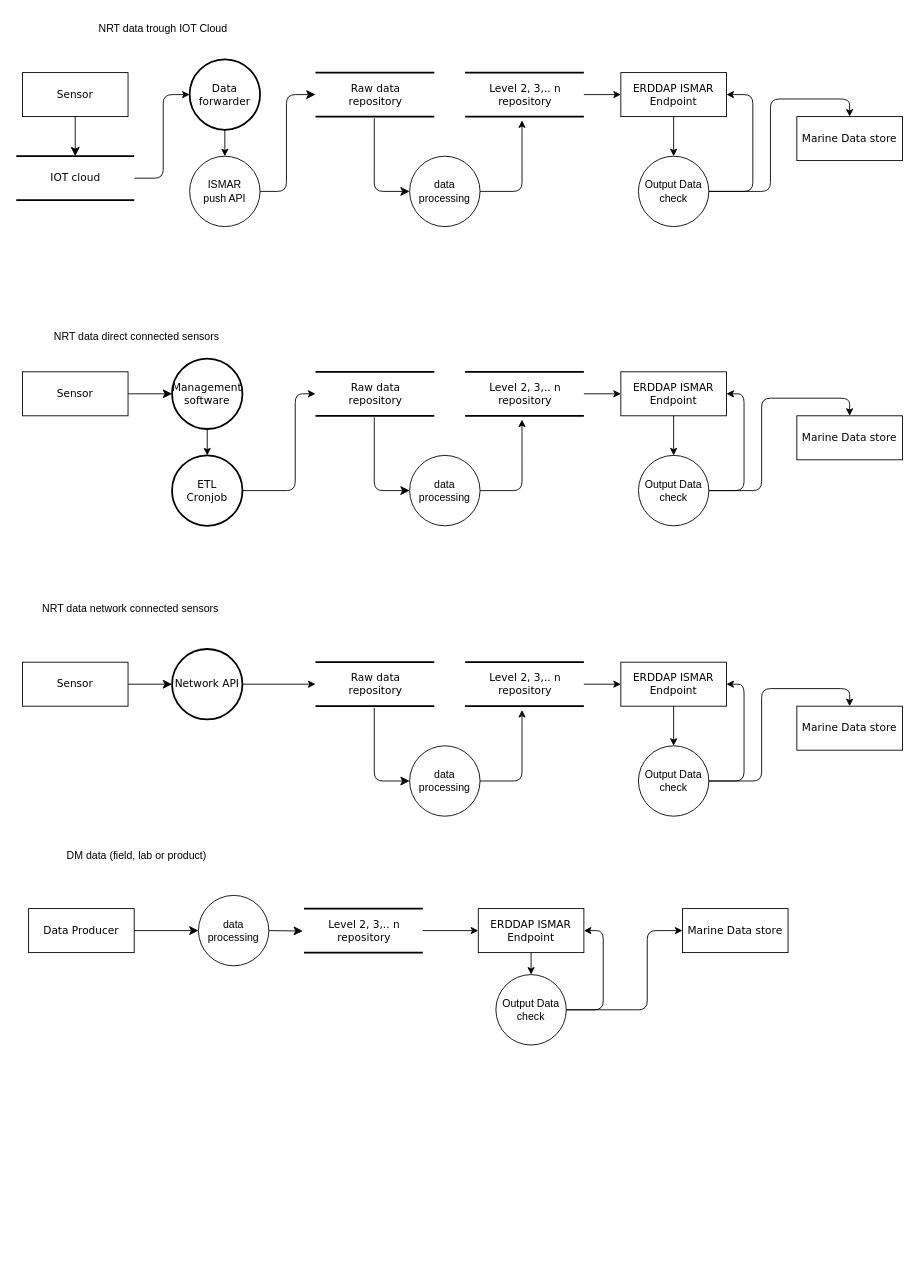
Earlier version of the draw.io diagram danubius_dataflow.drawio (amefad/diagramsnet). Source tidied: cells renumbered, new cells numbered last; positions are measured from the earlier drawing's top-left corner, leaving out a move shared by most shapes. Both pictures are drawn from the tidied source at 88%, with x=0, y=0 at pixel (16, 15).
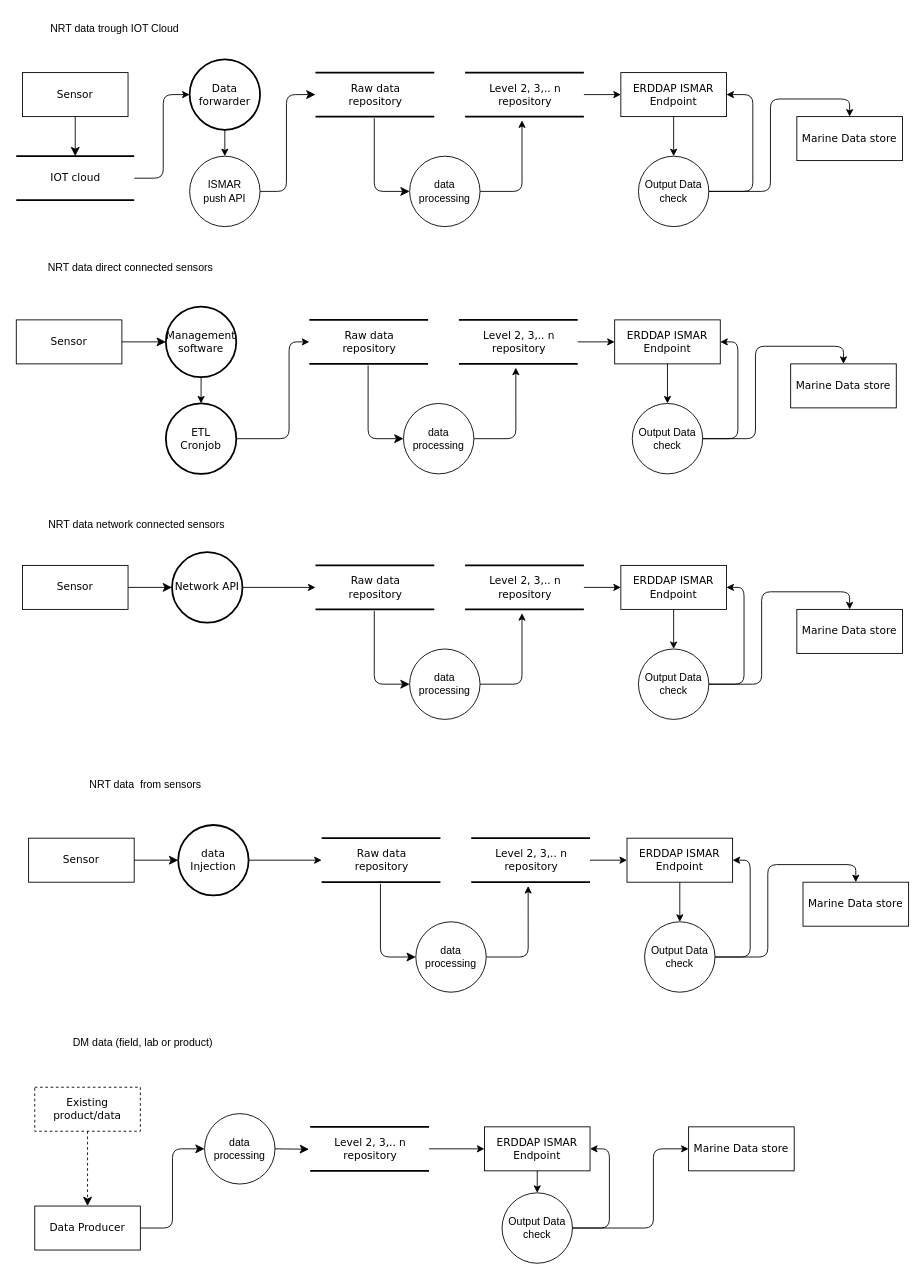
After the change.

Change to the diagram source:
```diff
@@
-    <mxCell id="15" value="NRT data trough IOT Cloud " style="text;html=1;align=center;verticalAlign=middle;whiteSpace=wrap;rounded=0;" parent="1" vertex="1">
+    <mxCell id="15" value="NRT data trough IOT Cloud " style="text;html=1;align=left;verticalAlign=middle;whiteSpace=wrap;rounded=0;" parent="1" vertex="1">
       <mxGeometry x="37" width="260" height="30" as="geometry" />
     </mxCell>
     <mxCell id="16" value="&lt;div&gt;NRT data direct connected sensors&lt;/div&gt;" style="text;html=1;align=center;verticalAlign=middle;whiteSpace=wrap;rounded=0;" parent="1" vertex="1">
-      <mxGeometry x="7" y="350" width="260" height="30" as="geometry" />
+      <mxGeometry y="272" width="260" height="30" as="geometry" />
     </mxCell>
     <mxCell id="17" value="&lt;div&gt;NRT data network connected sensors&lt;/div&gt;" style="text;html=1;align=center;verticalAlign=middle;whiteSpace=wrap;rounded=0;" parent="1" vertex="1">
-      <mxGeometry y="660" width="260" height="30" as="geometry" />
+      <mxGeometry x="7" y="564" width="260" height="30" as="geometry" />
     </mxCell>
@@
     <mxCell id="25" value="Raw data&lt;br&gt;repository" style="html=1;rounded=0;shadow=0;comic=0;labelBackgroundColor=none;strokeWidth=2;fontFamily=Verdana;fontSize=12;align=center;shape=mxgraph.ios7ui.horLines;" parent="1" vertex="1">
-      <mxGeometry x="340" y="405" width="135" height="50" as="geometry" />
+      <mxGeometry x="333" y="346" width="135" height="50" as="geometry" />
     </mxCell>
@@
     <mxCell id="27" value="Sensor" style="whiteSpace=wrap;html=1;rounded=0;shadow=0;comic=0;labelBackgroundColor=none;strokeWidth=1;fontFamily=Verdana;fontSize=12;align=center;" parent="1" vertex="1">
-      <mxGeometry x="7" y="405" width="120" height="50" as="geometry" />
+      <mxGeometry y="346" width="120" height="50" as="geometry" />
     </mxCell>
     <mxCell id="28" value="Level 2, 3,.. n&lt;br&gt;repository" style="html=1;rounded=0;shadow=0;comic=0;labelBackgroundColor=none;strokeWidth=2;fontFamily=Verdana;fontSize=12;align=center;shape=mxgraph.ios7ui.horLines;" parent="1" vertex="1">
-      <mxGeometry x="510" y="405" width="135" height="50" as="geometry" />
+      <mxGeometry x="503" y="346" width="135" height="50" as="geometry" />
     </mxCell>
     <mxCell id="29" value="Management software" style="ellipse;whiteSpace=wrap;html=1;fontFamily=Verdana;rounded=0;shadow=0;comic=0;labelBackgroundColor=none;strokeWidth=2;" parent="1" vertex="1">
-      <mxGeometry x="177" y="390" width="80" height="80" as="geometry" />
+      <mxGeometry x="170" y="331" width="80" height="80" as="geometry" />
     </mxCell>
     <mxCell id="30" style="edgeStyle=orthogonalEdgeStyle;rounded=1;jettySize=auto;html=1;curved=0;exitX=1;exitY=0.5;exitDx=0;exitDy=0;" parent="1" edge="1" source="41" target="25">
       <mxGeometry relative="1" as="geometry">
         <Array as="points">
-          <mxPoint x="317" y="540" />
-          <mxPoint x="317" y="430" />
+          <mxPoint x="310" y="481" />
+          <mxPoint x="310" y="371" />
         </Array>
       </mxGeometry>
     </mxCell>
@@
     <mxCell id="33" value="data processing" style="ellipse;whiteSpace=wrap;html=1;" parent="1" vertex="1">
-      <mxGeometry x="447" y="500" width="80" height="80" as="geometry" />
+      <mxGeometry x="440" y="441" width="80" height="80" as="geometry" />
     </mxCell>
     <mxCell id="34" value="&lt;div&gt;ERDDAP ISMAR Endpoint&lt;/div&gt;" style="whiteSpace=wrap;html=1;rounded=0;shadow=0;comic=0;labelBackgroundColor=none;strokeWidth=1;fontFamily=Verdana;fontSize=12;align=center;" parent="1" vertex="1">
-      <mxGeometry x="687" y="405" width="120" height="50" as="geometry" />
+      <mxGeometry x="680" y="346" width="120" height="50" as="geometry" />
     </mxCell>
@@
     <mxCell id="37" value="Output Data check" style="ellipse;whiteSpace=wrap;html=1;flipV=0;" parent="1" vertex="1">
-      <mxGeometry x="707" y="500" width="80" height="80" as="geometry" />
+      <mxGeometry x="700" y="441" width="80" height="80" as="geometry" />
     </mxCell>
     <mxCell id="38" style="edgeStyle=orthogonalEdgeStyle;rounded=1;jettySize=auto;html=1;curved=0;exitX=1;exitY=0.5;exitDx=0;exitDy=0;entryX=1;entryY=0.5;entryDx=0;entryDy=0;" parent="1" edge="1" source="37" target="34">
       <mxGeometry relative="1" as="geometry">
         <Array as="points">
-          <mxPoint x="827" y="540" />
-          <mxPoint x="827" y="430" />
+          <mxPoint x="820" y="481" />
+          <mxPoint x="820" y="371" />
         </Array>
       </mxGeometry>
     </mxCell>
     <mxCell id="39" style="edgeStyle=orthogonalEdgeStyle;rounded=1;jettySize=auto;html=1;curved=0;exitX=1;exitY=0.5;exitDx=0;exitDy=0;entryX=0.5;entryY=0;entryDx=0;entryDy=0;" parent="1" edge="1" source="37" target="40">
       <mxGeometry relative="1" as="geometry">
         <Array as="points">
-          <mxPoint x="847" y="540" />
-          <mxPoint x="847" y="435" />
-          <mxPoint x="947" y="435" />
+          <mxPoint x="840" y="481" />
+          <mxPoint x="840" y="376" />
+          <mxPoint x="940" y="376" />
         </Array>
       </mxGeometry>
     </mxCell>
     <mxCell id="40" value="&lt;div&gt;Marine Data store&lt;/div&gt;" style="whiteSpace=wrap;html=1;rounded=0;shadow=0;comic=0;labelBackgroundColor=none;strokeWidth=1;fontFamily=Verdana;fontSize=12;align=center;flipV=0;" parent="1" vertex="1">
-      <mxGeometry x="887" y="455" width="120" height="50" as="geometry" />
+      <mxGeometry x="880" y="396" width="120" height="50" as="geometry" />
     </mxCell>
     <mxCell id="41" value="ETL&lt;br&gt; Cronjob" style="ellipse;whiteSpace=wrap;html=1;fontFamily=Verdana;rounded=0;shadow=0;comic=0;labelBackgroundColor=none;strokeWidth=2;" parent="1" vertex="1">
-      <mxGeometry x="177" y="500" width="80" height="80" as="geometry" />
+      <mxGeometry x="170" y="441" width="80" height="80" as="geometry" />
     </mxCell>
@@
     <mxCell id="43" value="Raw data&lt;br&gt;repository" style="html=1;rounded=0;shadow=0;comic=0;labelBackgroundColor=none;strokeWidth=2;fontFamily=Verdana;fontSize=12;align=center;shape=mxgraph.ios7ui.horLines;" parent="1" vertex="1">
-      <mxGeometry x="340" y="735" width="135" height="50" as="geometry" />
+      <mxGeometry x="340" y="625" width="135" height="50" as="geometry" />
     </mxCell>
@@
     <mxCell id="45" value="Sensor" style="whiteSpace=wrap;html=1;rounded=0;shadow=0;comic=0;labelBackgroundColor=none;strokeWidth=1;fontFamily=Verdana;fontSize=12;align=center;" parent="1" vertex="1">
-      <mxGeometry x="7" y="735" width="120" height="50" as="geometry" />
+      <mxGeometry x="7" y="625" width="120" height="50" as="geometry" />
     </mxCell>
     <mxCell id="46" value="Level 2, 3,.. n&lt;br&gt;repository" style="html=1;rounded=0;shadow=0;comic=0;labelBackgroundColor=none;strokeWidth=2;fontFamily=Verdana;fontSize=12;align=center;shape=mxgraph.ios7ui.horLines;" parent="1" vertex="1">
-      <mxGeometry x="510" y="735" width="135" height="50" as="geometry" />
+      <mxGeometry x="510" y="625" width="135" height="50" as="geometry" />
     </mxCell>
     <mxCell id="47" value="Network API" style="ellipse;whiteSpace=wrap;html=1;fontFamily=Verdana;rounded=0;shadow=0;comic=0;labelBackgroundColor=none;strokeWidth=2;" parent="1" vertex="1">
-      <mxGeometry x="177" y="720" width="80" height="80" as="geometry" />
+      <mxGeometry x="177" y="610" width="80" height="80" as="geometry" />
     </mxCell>
@@
     <mxCell id="51" value="data processing" style="ellipse;whiteSpace=wrap;html=1;" parent="1" vertex="1">
-      <mxGeometry x="447" y="830" width="80" height="80" as="geometry" />
+      <mxGeometry x="447" y="720" width="80" height="80" as="geometry" />
     </mxCell>
     <mxCell id="52" value="&lt;div&gt;ERDDAP ISMAR Endpoint&lt;/div&gt;" style="whiteSpace=wrap;html=1;rounded=0;shadow=0;comic=0;labelBackgroundColor=none;strokeWidth=1;fontFamily=Verdana;fontSize=12;align=center;" parent="1" vertex="1">
-      <mxGeometry x="687" y="735" width="120" height="50" as="geometry" />
+      <mxGeometry x="687" y="625" width="120" height="50" as="geometry" />
     </mxCell>
@@
     <mxCell id="55" value="Output Data check" style="ellipse;whiteSpace=wrap;html=1;flipV=0;" parent="1" vertex="1">
-      <mxGeometry x="707" y="830" width="80" height="80" as="geometry" />
+      <mxGeometry x="707" y="720" width="80" height="80" as="geometry" />
     </mxCell>
     <mxCell id="56" style="edgeStyle=orthogonalEdgeStyle;rounded=1;jettySize=auto;html=1;curved=0;exitX=1;exitY=0.5;exitDx=0;exitDy=0;entryX=1;entryY=0.5;entryDx=0;entryDy=0;" parent="1" edge="1" source="55" target="52">
       <mxGeometry relative="1" as="geometry">
         <Array as="points">
-          <mxPoint x="827" y="870" />
           <mxPoint x="827" y="760" />
+          <mxPoint x="827" y="650" />
         </Array>
       </mxGeometry>
     </mxCell>
     <mxCell id="57" style="edgeStyle=orthogonalEdgeStyle;rounded=1;jettySize=auto;html=1;curved=0;exitX=1;exitY=0.5;exitDx=0;exitDy=0;entryX=0.5;entryY=0;entryDx=0;entryDy=0;" parent="1" edge="1" source="55" target="58">
       <mxGeometry relative="1" as="geometry">
         <Array as="points">
-          <mxPoint x="847" y="870" />
-          <mxPoint x="847" y="765" />
-          <mxPoint x="947" y="765" />
+          <mxPoint x="847" y="760" />
+          <mxPoint x="847" y="655" />
+          <mxPoint x="947" y="655" />
         </Array>
       </mxGeometry>
     </mxCell>
     <mxCell id="58" value="&lt;div&gt;Marine Data store&lt;/div&gt;" style="whiteSpace=wrap;html=1;rounded=0;shadow=0;comic=0;labelBackgroundColor=none;strokeWidth=1;fontFamily=Verdana;fontSize=12;align=center;flipV=0;" parent="1" vertex="1">
-      <mxGeometry x="887" y="785" width="120" height="50" as="geometry" />
+      <mxGeometry x="887" y="675" width="120" height="50" as="geometry" />
     </mxCell>
     <mxCell id="59" value="&lt;div&gt;DM data (field, lab or product)&lt;/div&gt;" style="text;html=1;align=center;verticalAlign=middle;whiteSpace=wrap;rounded=0;" parent="1" vertex="1">
-      <mxGeometry x="7" y="940" width="260" height="30" as="geometry" />
+      <mxGeometry x="14" y="1153" width="260" height="30" as="geometry" />
     </mxCell>
-    <mxCell id="60" style="edgeStyle=none;html=1;labelBackgroundColor=none;startFill=0;startSize=8;endFill=1;endSize=8;fontFamily=Verdana;fontSize=12;entryX=0;entryY=0.5;entryDx=0;entryDy=0;" parent="1" edge="1" source="61" target="70">
+    <mxCell id="60" style="edgeStyle=orthogonalEdgeStyle;html=1;labelBackgroundColor=none;startFill=0;startSize=8;endFill=1;endSize=8;fontFamily=Verdana;fontSize=12;entryX=0;entryY=0.5;entryDx=0;entryDy=0;" parent="1" edge="1" source="61" target="70">
       <mxGeometry relative="1" as="geometry" />
     </mxCell>
     <mxCell id="61" value="Data Producer" style="whiteSpace=wrap;html=1;rounded=0;shadow=0;comic=0;labelBackgroundColor=none;strokeWidth=1;fontFamily=Verdana;fontSize=12;align=center;" parent="1" vertex="1">
-      <mxGeometry x="14" y="1015" width="120" height="50" as="geometry" />
+      <mxGeometry x="21" y="1353" width="120" height="50" as="geometry" />
     </mxCell>
     <mxCell id="62" value="Level 2, 3,.. n&lt;br&gt;repository" style="html=1;rounded=0;shadow=0;comic=0;labelBackgroundColor=none;strokeWidth=2;fontFamily=Verdana;fontSize=12;align=center;shape=mxgraph.ios7ui.horLines;" parent="1" vertex="1">
-      <mxGeometry x="327" y="1015" width="135" height="50" as="geometry" />
+      <mxGeometry x="334" y="1263" width="135" height="50" as="geometry" />
     </mxCell>
     <mxCell id="63" value="&lt;div&gt;ERDDAP ISMAR Endpoint&lt;/div&gt;" style="whiteSpace=wrap;html=1;rounded=0;shadow=0;comic=0;labelBackgroundColor=none;strokeWidth=1;fontFamily=Verdana;fontSize=12;align=center;" parent="1" vertex="1">
-      <mxGeometry x="525" y="1015" width="120" height="50" as="geometry" />
+      <mxGeometry x="532" y="1263" width="120" height="50" as="geometry" />
     </mxCell>
@@
     <mxCell id="66" value="Output Data check" style="ellipse;whiteSpace=wrap;html=1;flipV=0;" parent="1" vertex="1">
-      <mxGeometry x="545" y="1090" width="80" height="80" as="geometry" />
+      <mxGeometry x="552" y="1338" width="80" height="80" as="geometry" />
     </mxCell>
     <mxCell id="67" style="edgeStyle=orthogonalEdgeStyle;rounded=1;jettySize=auto;html=1;curved=0;exitX=1;exitY=0.5;exitDx=0;exitDy=0;entryX=1;entryY=0.5;entryDx=0;entryDy=0;" parent="1" edge="1" source="66" target="63">
       <mxGeometry relative="1" as="geometry">
         <Array as="points">
-          <mxPoint x="667" y="1130" />
-          <mxPoint x="667" y="1040" />
+          <mxPoint x="674" y="1378" />
+          <mxPoint x="674" y="1288" />
         </Array>
       </mxGeometry>
     </mxCell>
     <mxCell id="68" style="edgeStyle=orthogonalEdgeStyle;rounded=1;jettySize=auto;html=1;curved=0;exitX=1;exitY=0.5;exitDx=0;exitDy=0;entryX=0;entryY=0.5;entryDx=0;entryDy=0;" parent="1" edge="1" source="66" target="69">
       <mxGeometry relative="1" as="geometry">
         <Array as="points">
-          <mxPoint x="717" y="1130" />
-          <mxPoint x="717" y="1040" />
+          <mxPoint x="724" y="1378" />
+          <mxPoint x="724" y="1288" />
         </Array>
       </mxGeometry>
     </mxCell>
     <mxCell id="69" value="&lt;div&gt;Marine Data store&lt;/div&gt;" style="whiteSpace=wrap;html=1;rounded=0;shadow=0;comic=0;labelBackgroundColor=none;strokeWidth=1;fontFamily=Verdana;fontSize=12;align=center;flipV=0;" parent="1" vertex="1">
-      <mxGeometry x="757" y="1015" width="120" height="50" as="geometry" />
+      <mxGeometry x="764" y="1263" width="120" height="50" as="geometry" />
     </mxCell>
     <mxCell id="70" value="data processing" style="ellipse;whiteSpace=wrap;html=1;" parent="1" vertex="1">
-      <mxGeometry x="207" y="1000" width="80" height="80" as="geometry" />
+      <mxGeometry x="214" y="1248" width="80" height="80" as="geometry" />
     </mxCell>
@@
+    <mxCell id="72" value="&lt;div&gt;NRT data&amp;nbsp; from sensors&lt;/div&gt;" style="text;html=1;align=center;verticalAlign=middle;whiteSpace=wrap;rounded=0;" parent="1" vertex="1">
+      <mxGeometry x="17" y="860" width="260" height="30" as="geometry" />
+    </mxCell>
+    <mxCell id="73" value="Raw data&lt;br&gt;repository" style="html=1;rounded=0;shadow=0;comic=0;labelBackgroundColor=none;strokeWidth=2;fontFamily=Verdana;fontSize=12;align=center;shape=mxgraph.ios7ui.horLines;" parent="1" vertex="1">
+      <mxGeometry x="347" y="935" width="135" height="50" as="geometry" />
+    </mxCell>
+    <mxCell id="74" style="edgeStyle=none;html=1;labelBackgroundColor=none;startFill=0;startSize=8;endFill=1;endSize=8;fontFamily=Verdana;fontSize=12;entryX=0;entryY=0.5;entryDx=0;entryDy=0;" parent="1" edge="1" source="75" target="77">
+      <mxGeometry relative="1" as="geometry" />
+    </mxCell>
+    <mxCell id="75" value="Sensor" style="whiteSpace=wrap;html=1;rounded=0;shadow=0;comic=0;labelBackgroundColor=none;strokeWidth=1;fontFamily=Verdana;fontSize=12;align=center;" parent="1" vertex="1">
+      <mxGeometry x="14" y="935" width="120" height="50" as="geometry" />
+    </mxCell>
+    <mxCell id="76" value="Level 2, 3,.. n&lt;br&gt;repository" style="html=1;rounded=0;shadow=0;comic=0;labelBackgroundColor=none;strokeWidth=2;fontFamily=Verdana;fontSize=12;align=center;shape=mxgraph.ios7ui.horLines;" parent="1" vertex="1">
+      <mxGeometry x="517" y="935" width="135" height="50" as="geometry" />
+    </mxCell>
+    <mxCell id="77" value="data Injection" style="ellipse;whiteSpace=wrap;html=1;fontFamily=Verdana;rounded=0;shadow=0;comic=0;labelBackgroundColor=none;strokeWidth=2;" parent="1" vertex="1">
+      <mxGeometry x="184" y="920" width="80" height="80" as="geometry" />
+    </mxCell>
+    <mxCell id="78" style="edgeStyle=orthogonalEdgeStyle;rounded=1;jettySize=auto;html=1;curved=0;exitX=1;exitY=0.5;exitDx=0;exitDy=0;" parent="1" edge="1" source="77" target="73">
+      <mxGeometry relative="1" as="geometry" />
+    </mxCell>
+    <mxCell id="79" style="edgeStyle=orthogonalEdgeStyle;html=1;labelBackgroundColor=none;startFill=0;startSize=8;endFill=1;endSize=8;fontFamily=Verdana;fontSize=12;exitX=0.495;exitY=1.036;exitDx=0;exitDy=0;entryX=0;entryY=0.5;entryDx=0;entryDy=0;exitPerimeter=0;" parent="1" edge="1" source="73" target="81">
+      <mxGeometry relative="1" as="geometry" />
+    </mxCell>
+    <mxCell id="80" style="edgeStyle=orthogonalEdgeStyle;rounded=1;jettySize=auto;html=1;entryX=0.479;entryY=1.086;entryDx=0;entryDy=0;entryPerimeter=0;curved=0;exitX=1;exitY=0.5;exitDx=0;exitDy=0;" parent="1" edge="1" source="81" target="76">
+      <mxGeometry relative="1" as="geometry" />
+    </mxCell>
+    <mxCell id="81" value="data processing" style="ellipse;whiteSpace=wrap;html=1;" parent="1" vertex="1">
+      <mxGeometry x="454" y="1030" width="80" height="80" as="geometry" />
+    </mxCell>
+    <mxCell id="82" value="&lt;div&gt;ERDDAP ISMAR Endpoint&lt;/div&gt;" style="whiteSpace=wrap;html=1;rounded=0;shadow=0;comic=0;labelBackgroundColor=none;strokeWidth=1;fontFamily=Verdana;fontSize=12;align=center;" parent="1" vertex="1">
+      <mxGeometry x="694" y="935" width="120" height="50" as="geometry" />
+    </mxCell>
+    <mxCell id="83" style="edgeStyle=orthogonalEdgeStyle;rounded=1;jettySize=auto;html=1;entryX=0;entryY=0.5;entryDx=0;entryDy=0;curved=0;" parent="1" edge="1" source="76" target="82">
+      <mxGeometry relative="1" as="geometry" />
+    </mxCell>
+    <mxCell id="84" style="edgeStyle=orthogonalEdgeStyle;rounded=1;jettySize=auto;html=1;entryX=0.5;entryY=0;entryDx=0;entryDy=0;curved=0;exitX=0.5;exitY=1;exitDx=0;exitDy=0;" parent="1" edge="1" source="82" target="85">
+      <mxGeometry relative="1" as="geometry" />
+    </mxCell>
+    <mxCell id="85" value="Output Data check" style="ellipse;whiteSpace=wrap;html=1;flipV=0;" parent="1" vertex="1">
+      <mxGeometry x="714" y="1030" width="80" height="80" as="geometry" />
+    </mxCell>
+    <mxCell id="86" style="edgeStyle=orthogonalEdgeStyle;rounded=1;jettySize=auto;html=1;curved=0;exitX=1;exitY=0.5;exitDx=0;exitDy=0;entryX=1;entryY=0.5;entryDx=0;entryDy=0;" parent="1" edge="1" source="85" target="82">
+      <mxGeometry relative="1" as="geometry">
+        <Array as="points">
+          <mxPoint x="834" y="1070" />
+          <mxPoint x="834" y="960" />
+        </Array>
+      </mxGeometry>
+    </mxCell>
+    <mxCell id="87" style="edgeStyle=orthogonalEdgeStyle;rounded=1;jettySize=auto;html=1;curved=0;exitX=1;exitY=0.5;exitDx=0;exitDy=0;entryX=0.5;entryY=0;entryDx=0;entryDy=0;" parent="1" edge="1" source="85" target="88">
+      <mxGeometry relative="1" as="geometry">
+        <Array as="points">
+          <mxPoint x="854" y="1070" />
+          <mxPoint x="854" y="965" />
+          <mxPoint x="954" y="965" />
+        </Array>
+      </mxGeometry>
+    </mxCell>
+    <mxCell id="88" value="&lt;div&gt;Marine Data store&lt;/div&gt;" style="whiteSpace=wrap;html=1;rounded=0;shadow=0;comic=0;labelBackgroundColor=none;strokeWidth=1;fontFamily=Verdana;fontSize=12;align=center;flipV=0;" parent="1" vertex="1">
+      <mxGeometry x="894" y="985" width="120" height="50" as="geometry" />
+    </mxCell>
+    <mxCell id="89" value="&lt;div&gt;Existing product/data&lt;/div&gt;" style="whiteSpace=wrap;html=1;rounded=0;shadow=0;comic=0;labelBackgroundColor=none;strokeWidth=1;fontFamily=Verdana;fontSize=12;align=center;dashed=1;" parent="1" vertex="1">
+      <mxGeometry x="21" y="1218" width="120" height="50" as="geometry" />
+    </mxCell>
+    <mxCell id="90" style="edgeStyle=orthogonalEdgeStyle;html=1;labelBackgroundColor=none;startFill=0;startSize=8;endFill=1;endSize=8;fontFamily=Verdana;fontSize=12;exitX=0.5;exitY=1;exitDx=0;exitDy=0;entryX=0.5;entryY=0;entryDx=0;entryDy=0;dashed=1;" parent="1" edge="1" source="89" target="61">
+      <mxGeometry relative="1" as="geometry" />
+    </mxCell>
```
